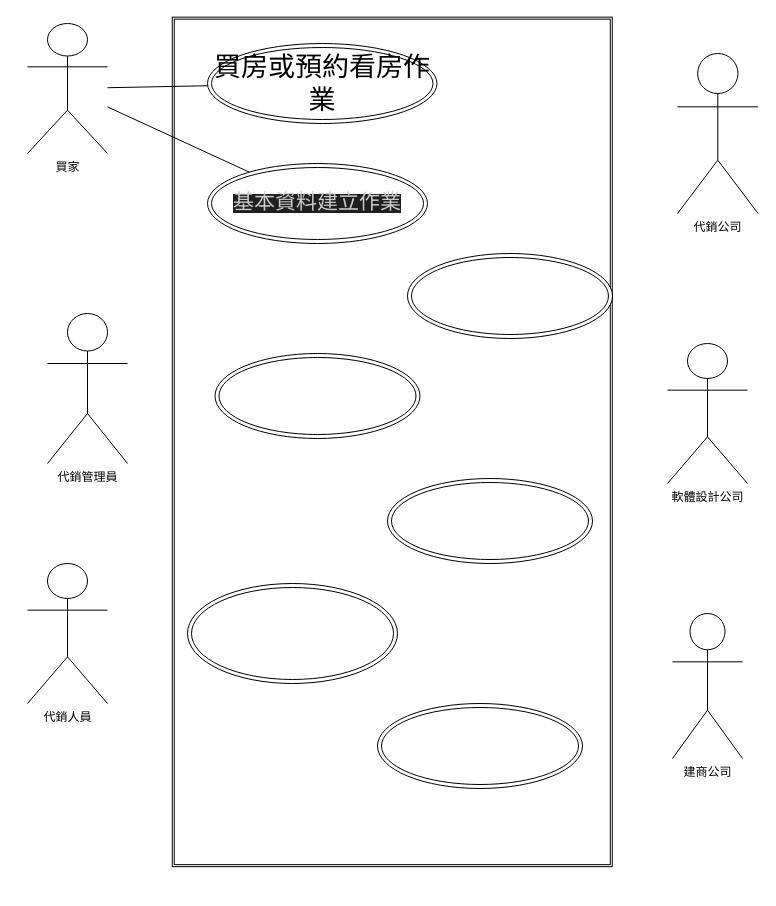
This is page "1b" (1 of 4) of answer.drawio from sam07133/112-2Mid, a draw.io file, before an edit. Source tidied: cells renumbered, new cells numbered last; positions are measured from the earlier drawing's top-left corner, leaving out a move shared by most shapes. Both pictures are drawn from the tidied source at 100%, with x=0, y=0 at pixel (-33, 23).
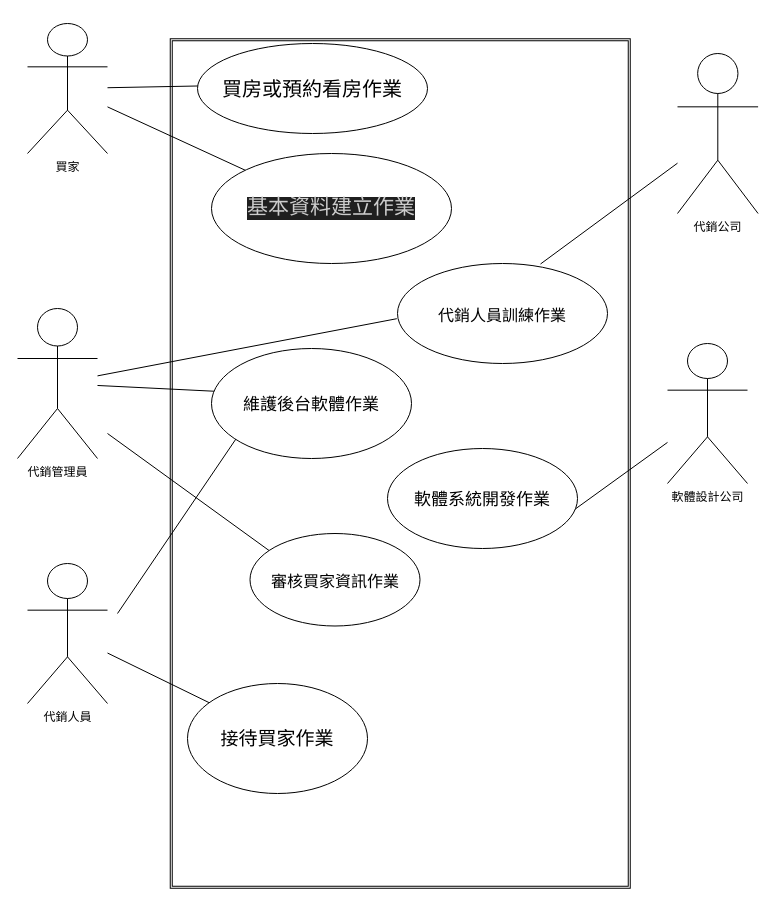
After the change.

Commit message:
使用案例圖 完成

The change refers to these unchanged cells:
```xml
<mxCell id="8" value="軟體設計公司&lt;br&gt;" style="shape=umlActor;verticalLabelPosition=bottom;verticalAlign=top;html=1;outlineConnect=0;" parent="1" vertex="1">
  <mxGeometry x="700" y="320" width="80" height="140" as="geometry" />
</mxCell>
<mxCell id="9" value="買家&lt;br&gt;" style="shape=umlActor;verticalLabelPosition=bottom;verticalAlign=top;html=1;outlineConnect=0;" parent="1" vertex="1">
  <mxGeometry x="60" width="80" height="130" as="geometry" />
</mxCell>
<mxCell id="10" value="代銷公司" style="shape=umlActor;verticalLabelPosition=bottom;verticalAlign=top;html=1;outlineConnect=0;" parent="1" vertex="1">
  <mxGeometry x="710" y="30" width="80.6" height="160" as="geometry" />
</mxCell>
<mxCell id="11" value="代銷人員" style="shape=umlActor;verticalLabelPosition=bottom;verticalAlign=top;html=1;outlineConnect=0;" parent="1" vertex="1">
  <mxGeometry x="60" y="540" width="80" height="140" as="geometry" />
</mxCell>
```

The edit, as a diff of the source:
```diff
@@
     <mxCell id="3" style="shape=ext;double=1;rounded=0;whiteSpace=wrap;html=1;rotation=90;" parent="1" vertex="1">
-      <mxGeometry y="198.4" width="849.5" height="440" as="geometry" />
+      <mxGeometry x="8" y="210" width="849.5" height="460" as="geometry" />
     </mxCell>
-    <mxCell id="4" value="&lt;font style=&quot;font-size: 27px;&quot;&gt;買房或預約看&lt;font style=&quot;font-size: 27px;&quot;&gt;房&lt;/font&gt;作業&lt;/font&gt;" style="ellipse;shape=doubleEllipse;whiteSpace=wrap;html=1;" parent="1" vertex="1">
-      <mxGeometry x="240" y="20" width="229.5" height="80" as="geometry" />
-    </mxCell>
-    <mxCell id="5" value="&lt;div style=&quot;color: rgb(204, 204, 204); background-color: rgb(31, 31, 31); font-family: Consolas, &amp;quot;Courier New&amp;quot;, monospace; font-size: 21px; line-height: 19px;&quot;&gt;基本資料建立作業 &lt;/div&gt;" style="ellipse;shape=doubleEllipse;whiteSpace=wrap;html=1;" parent="1" vertex="1">
-      <mxGeometry x="240" y="140" width="220" height="80" as="geometry" />
-    </mxCell>
-    <mxCell id="6" style="ellipse;shape=doubleEllipse;whiteSpace=wrap;html=1;" parent="1" vertex="1">
-      <mxGeometry x="247.5" y="330" width="205" height="85" as="geometry" />
-    </mxCell>
-    <mxCell id="7" style="ellipse;shape=doubleEllipse;whiteSpace=wrap;html=1;" parent="1" vertex="1">
-      <mxGeometry x="220" y="560" width="210" height="100" as="geometry" />
-    </mxCell>
@@
     <mxCell id="12" value="代銷管理員" style="shape=umlActor;verticalLabelPosition=bottom;verticalAlign=top;html=1;outlineConnect=0;" parent="1" vertex="1">
-      <mxGeometry x="80" y="290" width="80" height="150" as="geometry" />
+      <mxGeometry x="50" y="285" width="80" height="150" as="geometry" />
     </mxCell>
-    <mxCell id="13" value="建商公司&lt;br&gt;" style="shape=umlActor;verticalLabelPosition=bottom;verticalAlign=top;html=1;" parent="1" vertex="1">
-      <mxGeometry x="705" y="590" width="70" height="145" as="geometry" />
-    </mxCell>
-    <mxCell id="14" style="endArrow=none;html=1;fontSize=21;" parent="1" edge="1" source="9" target="4">
-      <mxGeometry relative="1" as="geometry" />
+    <mxCell id="14" style="endArrow=none;html=1;fontSize=21;" parent="1" edge="1" source="9">
+      <mxGeometry relative="1" as="geometry">
+        <mxPoint x="240.2" y="62.3" as="targetPoint" />
+      </mxGeometry>
     </mxCell>
-    <mxCell id="15" style="endArrow=none;html=1;fontSize=21;" parent="1" edge="1" source="9" target="5">
-      <mxGeometry relative="1" as="geometry" />
+    <mxCell id="15" style="endArrow=none;html=1;fontSize=21;" parent="1" edge="1" source="9">
+      <mxGeometry relative="1" as="geometry">
+        <mxPoint x="281.8" y="148.6" as="targetPoint" />
+      </mxGeometry>
     </mxCell>
-    <mxCell id="16" style="ellipse;shape=doubleEllipse;whiteSpace=wrap;html=1;" parent="1" vertex="1">
-      <mxGeometry x="440" y="230" width="205" height="85" as="geometry" />
-    </mxCell>
-    <mxCell id="17" style="ellipse;shape=doubleEllipse;whiteSpace=wrap;html=1;" parent="1" vertex="1">
-      <mxGeometry x="420" y="455" width="205" height="85" as="geometry" />
-    </mxCell>
-    <mxCell id="18" style="ellipse;shape=doubleEllipse;whiteSpace=wrap;html=1;" parent="1" vertex="1">
-      <mxGeometry x="410" y="680" width="205" height="85" as="geometry" />
-    </mxCell>
+    <mxCell id="19" style="endArrow=none;html=1;fontSize=17;" parent="1" edge="1" source="12">
+      <mxGeometry relative="1" as="geometry">
+        <mxPoint x="248.1" y="367.8" as="targetPoint" />
+      </mxGeometry>
+    </mxCell>
+    <mxCell id="20" style="endArrow=none;html=1;fontSize=17;exitX=1;exitY=1;exitDx=0;exitDy=0;" parent="1" edge="1" target="8">
+      <mxGeometry relative="1" as="geometry">
+        <mxPoint x="605.2" y="487.4" as="sourcePoint" />
+      </mxGeometry>
+    </mxCell>
+    <mxCell id="21" style="endArrow=none;html=1;fontSize=18;" parent="1" edge="1" source="11">
+      <mxGeometry relative="1" as="geometry">
+        <mxPoint x="241.7" y="679.2" as="targetPoint" />
+      </mxGeometry>
+    </mxCell>
+    <mxCell id="22" style="endArrow=none;html=1;fontSize=18;entryX=0;entryY=1;entryDx=0;entryDy=0;" parent="1" edge="1">
+      <mxGeometry relative="1" as="geometry">
+        <mxPoint x="150" y="590" as="sourcePoint" />
+        <mxPoint x="277.3" y="402.4" as="targetPoint" />
+      </mxGeometry>
+    </mxCell>
+    <mxCell id="23" style="endArrow=none;html=1;fontSize=16;" parent="1" edge="1" target="10">
+      <mxGeometry relative="1" as="geometry">
+        <mxPoint x="573" y="240.5" as="sourcePoint" />
+      </mxGeometry>
+    </mxCell>
+    <mxCell id="24" style="endArrow=none;html=1;fontSize=16;" parent="1" edge="1" source="12">
+      <mxGeometry relative="1" as="geometry">
+        <mxPoint x="429.3" y="295.2" as="targetPoint" />
+      </mxGeometry>
+    </mxCell>
+    <mxCell id="25" style="endArrow=none;html=1;fontSize=20;" parent="1" edge="1">
+      <mxGeometry relative="1" as="geometry">
+        <mxPoint x="140" y="410" as="sourcePoint" />
+        <mxPoint x="306.5" y="530.6" as="targetPoint" />
+      </mxGeometry>
+    </mxCell>
+    <mxCell id="26" value="&lt;span style=&quot;font-size: 16px;&quot;&gt;審核買家資訊作業&lt;/span&gt;" style="ellipse;whiteSpace=wrap;html=1;fontSize=20;" parent="1" vertex="1">
+      <mxGeometry x="282.5" y="510" width="170" height="92.5" as="geometry" />
+    </mxCell>
+    <mxCell id="27" value="&lt;font style=&quot;font-size: 18px;&quot;&gt;接&lt;/font&gt;&lt;font style=&quot;font-size: 19px;&quot;&gt;待買家作業&lt;/font&gt;" style="ellipse;whiteSpace=wrap;html=1;fontSize=20;" parent="1" vertex="1">
+      <mxGeometry x="220" y="660" width="180" height="110" as="geometry" />
+    </mxCell>
+    <mxCell id="28" value="&lt;font style=&quot;font-size: 17px;&quot;&gt;軟&lt;/font&gt;&lt;font style=&quot;font-size: 17px;&quot;&gt;體系統開發作業&lt;/font&gt;" style="ellipse;whiteSpace=wrap;html=1;fontSize=20;" parent="1" vertex="1">
+      <mxGeometry x="420" y="425" width="190" height="100" as="geometry" />
+    </mxCell>
+    <mxCell id="29" value="&lt;span style=&quot;font-size: 17px;&quot;&gt;維護後台軟體作業&lt;/span&gt;" style="ellipse;whiteSpace=wrap;html=1;fontSize=20;" parent="1" vertex="1">
+      <mxGeometry x="244" y="325" width="200" height="110" as="geometry" />
+    </mxCell>
+    <mxCell id="30" value="&lt;span style=&quot;font-size: 16px;&quot;&gt;代銷人員訓練作業&lt;/span&gt;" style="ellipse;whiteSpace=wrap;html=1;fontSize=20;" parent="1" vertex="1">
+      <mxGeometry x="430" y="240" width="210" height="100" as="geometry" />
+    </mxCell>
+    <mxCell id="31" value="買房或預約看房作業" style="ellipse;whiteSpace=wrap;html=1;fontSize=20;" parent="1" vertex="1">
+      <mxGeometry x="230" y="20" width="230" height="90" as="geometry" />
+    </mxCell>
+    <mxCell id="5" value="&lt;span style=&quot;color: rgb(204, 204, 204); font-family: Consolas, &amp;quot;Courier New&amp;quot;, monospace; font-size: 21px; background-color: rgb(31, 31, 31);&quot;&gt;基本資料建立作業&lt;/span&gt;" style="ellipse;whiteSpace=wrap;html=1;fontSize=20;" parent="1" vertex="1">
+      <mxGeometry x="244" y="130" width="240" height="110" as="geometry" />
+    </mxCell>
```
